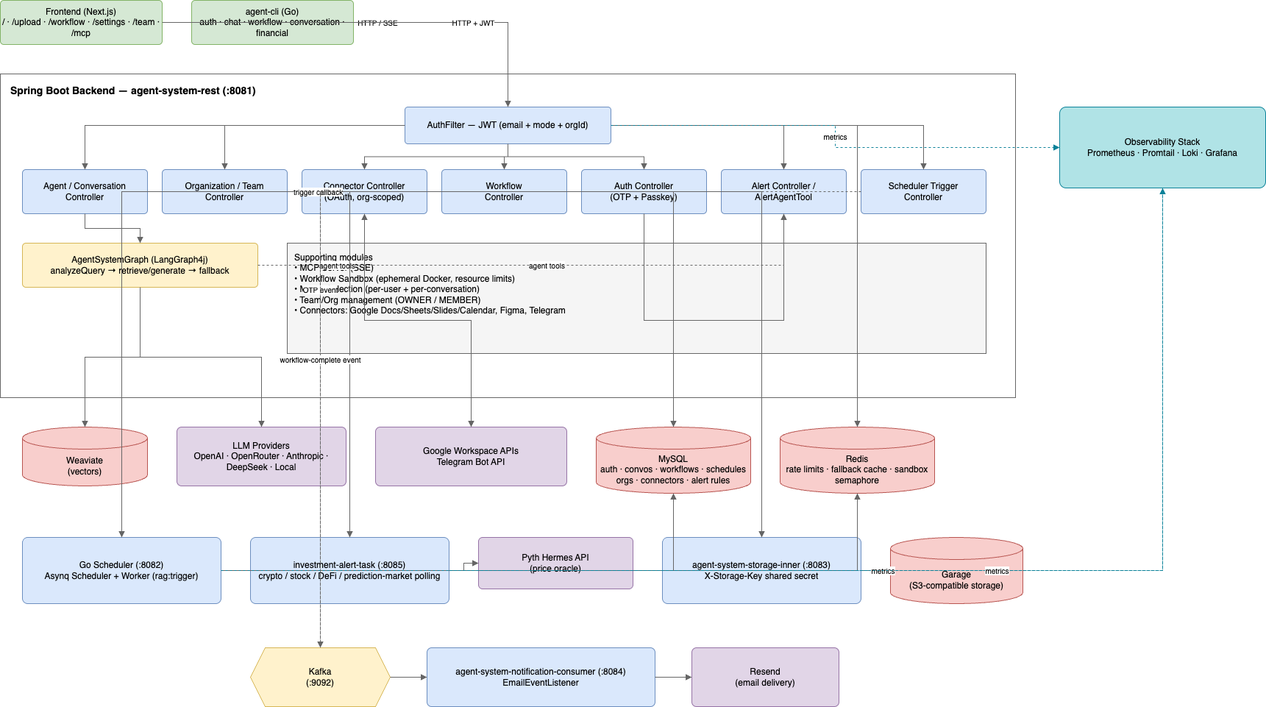
Earlier version of the draw.io export images/architecture.png (David200308/rag-agent-system). Source tidied: cells renumbered, new cells last; positions are measured from the earlier drawing's top-left corner, leaving out a move shared by most shapes.
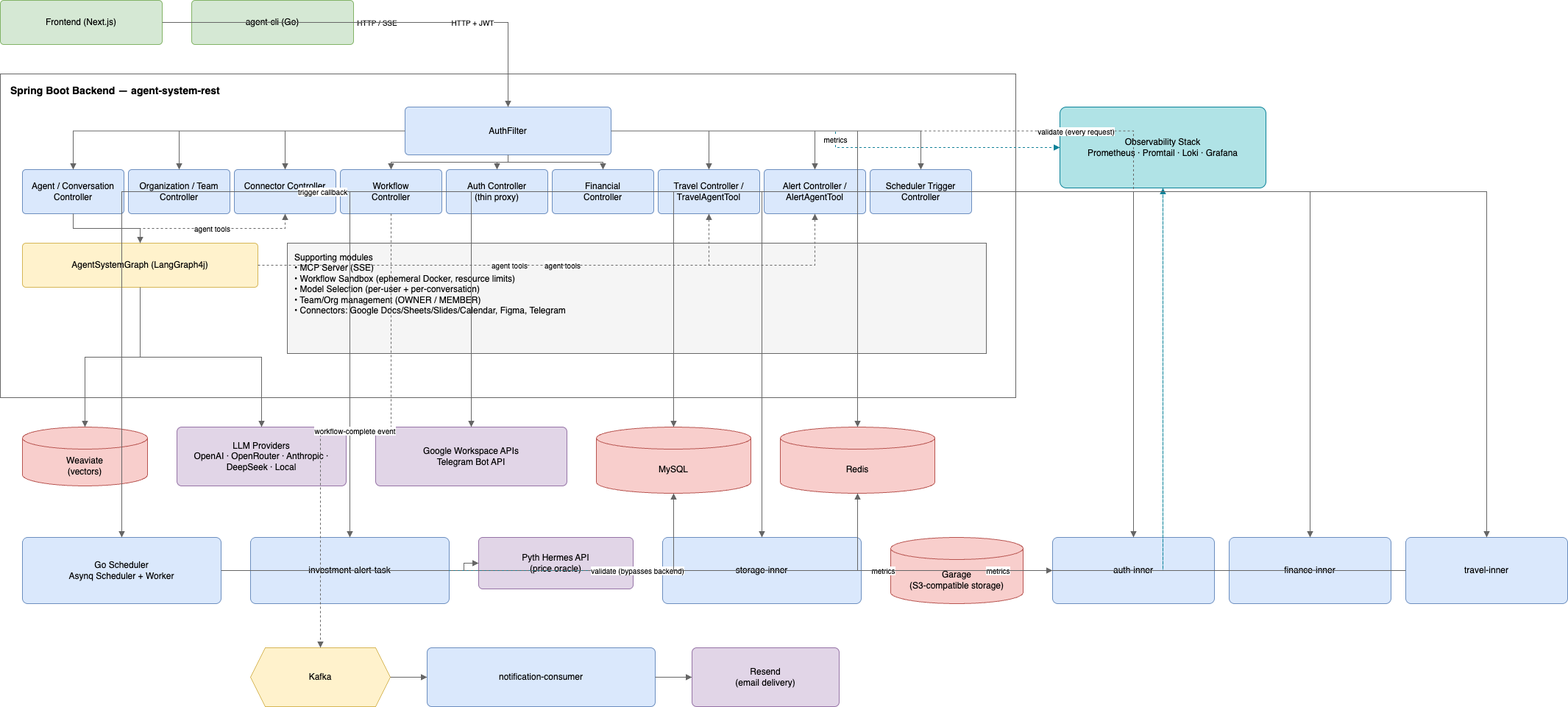
The same diagram one commit later.

Change to the diagram source:
```diff
@@ -2,40 +2,46 @@
   <root>
     <mxCell id="0" />
     <mxCell id="1" parent="0" />
-    <mxCell id="2" value="Frontend (Next.js)&lt;br&gt;/ · /upload · /workflow · /settings · /team · /mcp" style="rounded=1;whiteSpace=wrap;html=1;arcSize=8;fillColor=#d5e8d4;strokeColor=#82b366;fontSize=12;" parent="1" vertex="1">
+    <mxCell id="2" value="Frontend (Next.js)" style="rounded=1;whiteSpace=wrap;html=1;arcSize=8;fillColor=#d5e8d4;strokeColor=#82b366;fontSize=12;" parent="1" vertex="1">
       <mxGeometry width="220" height="60" as="geometry" />
     </mxCell>
-    <mxCell id="3" value="agent-cli (Go)&lt;br&gt;auth · chat · workflow · conversation · financial" style="rounded=1;whiteSpace=wrap;html=1;arcSize=8;fillColor=#d5e8d4;strokeColor=#82b366;fontSize=12;" parent="1" vertex="1">
+    <mxCell id="3" value="agent-cli (Go)" style="rounded=1;whiteSpace=wrap;html=1;arcSize=8;fillColor=#d5e8d4;strokeColor=#82b366;fontSize=12;" parent="1" vertex="1">
       <mxGeometry x="260" width="220" height="60" as="geometry" />
     </mxCell>
-    <mxCell id="4" value="Spring Boot Backend — agent-system-rest (:8081)" style="rounded=0;whiteSpace=wrap;html=1;verticalAlign=top;align=left;spacingLeft=12;spacingTop=8;fontStyle=1;fontSize=14;fillColor=none;strokeColor=#666666;" parent="1" vertex="1">
+    <mxCell id="4" value="Spring Boot Backend — agent-system-rest" style="rounded=0;whiteSpace=wrap;html=1;verticalAlign=top;align=left;spacingLeft=12;spacingTop=8;fontStyle=1;fontSize=14;fillColor=none;strokeColor=#666666;" parent="1" vertex="1">
       <mxGeometry y="100" width="1380" height="440" as="geometry" />
     </mxCell>
-    <mxCell id="5" value="AuthFilter — JWT (email + mode + orgId)" style="rounded=1;whiteSpace=wrap;html=1;arcSize=8;fillColor=#dae8fc;strokeColor=#6c8ebf;fontSize=12;" parent="1" vertex="1">
-      <mxGeometry x="550" y="145" width="280" height="50" as="geometry" />
+    <mxCell id="5" value="AuthFilter" style="rounded=1;whiteSpace=wrap;html=1;arcSize=8;fillColor=#dae8fc;strokeColor=#6c8ebf;fontSize=12;" parent="1" vertex="1">
+      <mxGeometry x="550" y="145" width="280" height="65" as="geometry" />
     </mxCell>
     <mxCell id="6" value="Agent / Conversation&lt;br&gt;Controller" style="rounded=1;whiteSpace=wrap;html=1;arcSize=8;fillColor=#dae8fc;strokeColor=#6c8ebf;fontSize=12;" parent="1" vertex="1">
-      <mxGeometry x="30" y="230" width="170" height="60" as="geometry" />
+      <mxGeometry x="30" y="230" width="138" height="60" as="geometry" />
     </mxCell>
     <mxCell id="7" value="Organization / Team&lt;br&gt;Controller" style="rounded=1;whiteSpace=wrap;html=1;arcSize=8;fillColor=#dae8fc;strokeColor=#6c8ebf;fontSize=12;" parent="1" vertex="1">
-      <mxGeometry x="220" y="230" width="170" height="60" as="geometry" />
+      <mxGeometry x="174" y="230" width="138" height="60" as="geometry" />
     </mxCell>
-    <mxCell id="8" value="Connector Controller&lt;br&gt;(OAuth, org-scoped)" style="rounded=1;whiteSpace=wrap;html=1;arcSize=8;fillColor=#dae8fc;strokeColor=#6c8ebf;fontSize=12;" parent="1" vertex="1">
-      <mxGeometry x="410" y="230" width="170" height="60" as="geometry" />
+    <mxCell id="8" value="Connector Controller&lt;div&gt;&lt;br/&gt;&lt;/div&gt;" style="rounded=1;whiteSpace=wrap;html=1;arcSize=8;fillColor=#dae8fc;strokeColor=#6c8ebf;fontSize=12;" parent="1" vertex="1">
+      <mxGeometry x="318" y="230" width="138" height="60" as="geometry" />
     </mxCell>
     <mxCell id="9" value="Workflow&lt;br&gt;Controller" style="rounded=1;whiteSpace=wrap;html=1;arcSize=8;fillColor=#dae8fc;strokeColor=#6c8ebf;fontSize=12;" parent="1" vertex="1">
-      <mxGeometry x="600" y="230" width="170" height="60" as="geometry" />
+      <mxGeometry x="462" y="230" width="138" height="60" as="geometry" />
     </mxCell>
-    <mxCell id="10" value="Auth Controller&lt;br&gt;(OTP + Passkey)" style="rounded=1;whiteSpace=wrap;html=1;arcSize=8;fillColor=#dae8fc;strokeColor=#6c8ebf;fontSize=12;" parent="1" vertex="1">
-      <mxGeometry x="790" y="230" width="170" height="60" as="geometry" />
+    <mxCell id="10" value="Auth Controller&lt;br&gt;(thin proxy)" style="rounded=1;whiteSpace=wrap;html=1;arcSize=8;fillColor=#dae8fc;strokeColor=#6c8ebf;fontSize=12;" parent="1" vertex="1">
+      <mxGeometry x="606" y="230" width="138" height="60" as="geometry" />
     </mxCell>
+    <mxCell id="66" value="Financial&lt;br&gt;Controller" style="rounded=1;whiteSpace=wrap;html=1;arcSize=8;fillColor=#dae8fc;strokeColor=#6c8ebf;fontSize=12;" parent="1" vertex="1">
+      <mxGeometry x="750" y="230" width="138" height="60" as="geometry" />
+    </mxCell>
+    <mxCell id="67" value="Travel Controller /&lt;br&gt;TravelAgentTool" style="rounded=1;whiteSpace=wrap;html=1;arcSize=8;fillColor=#dae8fc;strokeColor=#6c8ebf;fontSize=12;" parent="1" vertex="1">
+      <mxGeometry x="894" y="230" width="138" height="60" as="geometry" />
+    </mxCell>
     <mxCell id="11" value="Alert Controller /&lt;br&gt;AlertAgentTool" style="rounded=1;whiteSpace=wrap;html=1;arcSize=8;fillColor=#dae8fc;strokeColor=#6c8ebf;fontSize=12;" parent="1" vertex="1">
-      <mxGeometry x="980" y="230" width="170" height="60" as="geometry" />
+      <mxGeometry x="1038" y="230" width="138" height="60" as="geometry" />
     </mxCell>
     <mxCell id="12" value="Scheduler Trigger&lt;br&gt;Controller" style="rounded=1;whiteSpace=wrap;html=1;arcSize=8;fillColor=#dae8fc;strokeColor=#6c8ebf;fontSize=12;" parent="1" vertex="1">
-      <mxGeometry x="1170" y="230" width="170" height="60" as="geometry" />
+      <mxGeometry x="1182" y="230" width="138" height="60" as="geometry" />
     </mxCell>
-    <mxCell id="13" value="AgentSystemGraph (LangGraph4j)&lt;br&gt;analyzeQuery → retrieve/generate → fallback" style="rounded=1;whiteSpace=wrap;html=1;arcSize=8;fillColor=#fff2cc;strokeColor=#d6b656;fontSize=12;" parent="1" vertex="1">
+    <mxCell id="13" value="AgentSystemGraph (LangGraph4j)" style="rounded=1;whiteSpace=wrap;html=1;arcSize=8;fillColor=#fff2cc;strokeColor=#d6b656;fontSize=12;" parent="1" vertex="1">
       <mxGeometry x="30" y="330" width="320" height="60" as="geometry" />
     </mxCell>
     <mxCell id="14" value="Supporting modules&lt;br&gt;• MCP Server (SSE)&lt;br&gt;• Workflow Sandbox (ephemeral Docker, resource limits)&lt;br&gt;• Model Selection (per-user + per-conversation)&lt;br&gt;• Team/Org management (OWNER / MEMBER)&lt;br&gt;• Connectors: Google Docs/Sheets/Slides/Calendar, Figma, Telegram" style="rounded=0;whiteSpace=wrap;html=1;align=left;verticalAlign=top;spacingLeft=8;spacingTop=6;fillColor=#f5f5f5;strokeColor=#666666;fontSize=12;" parent="1" vertex="1">
@@ -50,31 +56,40 @@
     <mxCell id="17" value="Google Workspace APIs&lt;br&gt;Telegram Bot API" style="rounded=1;whiteSpace=wrap;html=1;arcSize=8;fillColor=#e1d5e7;strokeColor=#9673a6;fontSize=12;" parent="1" vertex="1">
       <mxGeometry x="510" y="580" width="260" height="80" as="geometry" />
     </mxCell>
-    <mxCell id="18" value="MySQL&lt;br&gt;auth · convos · workflows · schedules&lt;br&gt;orgs · connectors · alert rules" style="shape=cylinder3;whiteSpace=wrap;html=1;boundedLbl=1;backgroundOutline=1;size=15;fillColor=#f8cecc;strokeColor=#b85450;fontSize=12;" parent="1" vertex="1">
+    <mxCell id="18" value="MySQL" style="shape=cylinder3;whiteSpace=wrap;html=1;boundedLbl=1;backgroundOutline=1;size=15;fillColor=#f8cecc;strokeColor=#b85450;fontSize=12;" parent="1" vertex="1">
       <mxGeometry x="810" y="580" width="210" height="90" as="geometry" />
     </mxCell>
-    <mxCell id="19" value="Redis&lt;br&gt;rate limits · fallback cache · sandbox semaphore" style="shape=cylinder3;whiteSpace=wrap;html=1;boundedLbl=1;backgroundOutline=1;size=15;fillColor=#f8cecc;strokeColor=#b85450;fontSize=12;" parent="1" vertex="1">
+    <mxCell id="19" value="Redis" style="shape=cylinder3;whiteSpace=wrap;html=1;boundedLbl=1;backgroundOutline=1;size=15;fillColor=#f8cecc;strokeColor=#b85450;fontSize=12;" parent="1" vertex="1">
       <mxGeometry x="1060" y="580" width="210" height="90" as="geometry" />
     </mxCell>
-    <mxCell id="20" value="Go Scheduler (:8082)&lt;br&gt;Asynq Scheduler + Worker (rag:trigger)" style="rounded=1;whiteSpace=wrap;html=1;arcSize=8;fillColor=#dae8fc;strokeColor=#6c8ebf;fontSize=12;" parent="1" vertex="1">
+    <mxCell id="20" value="Go Scheduler&lt;br&gt;Asynq Scheduler + Worker" style="rounded=1;whiteSpace=wrap;html=1;arcSize=8;fillColor=#dae8fc;strokeColor=#6c8ebf;fontSize=12;" parent="1" vertex="1">
       <mxGeometry x="30" y="730" width="270" height="90" as="geometry" />
     </mxCell>
-    <mxCell id="21" value="investment-alert-task (:8085)&lt;br&gt;crypto / stock / DeFi / prediction-market polling" style="rounded=1;whiteSpace=wrap;html=1;arcSize=8;fillColor=#dae8fc;strokeColor=#6c8ebf;fontSize=12;" parent="1" vertex="1">
+    <mxCell id="21" value="investment-alert-task" style="rounded=1;whiteSpace=wrap;html=1;arcSize=8;fillColor=#dae8fc;strokeColor=#6c8ebf;fontSize=12;" parent="1" vertex="1">
       <mxGeometry x="340" y="730" width="270" height="90" as="geometry" />
     </mxCell>
     <mxCell id="22" value="Pyth Hermes API&lt;br&gt;(price oracle)" style="rounded=1;whiteSpace=wrap;html=1;arcSize=8;fillColor=#e1d5e7;strokeColor=#9673a6;fontSize=12;" parent="1" vertex="1">
       <mxGeometry x="650" y="730" width="210" height="70" as="geometry" />
     </mxCell>
-    <mxCell id="23" value="agent-system-storage-inner (:8083)&lt;br&gt;X-Storage-Key shared secret" style="rounded=1;whiteSpace=wrap;html=1;arcSize=8;fillColor=#dae8fc;strokeColor=#6c8ebf;fontSize=12;" parent="1" vertex="1">
+    <mxCell id="23" value="storage-inner" style="rounded=1;whiteSpace=wrap;html=1;arcSize=8;fillColor=#dae8fc;strokeColor=#6c8ebf;fontSize=12;" parent="1" vertex="1">
       <mxGeometry x="900" y="730" width="270" height="90" as="geometry" />
     </mxCell>
     <mxCell id="24" value="Garage&lt;br&gt;(S3-compatible storage)" style="shape=cylinder3;whiteSpace=wrap;html=1;boundedLbl=1;backgroundOutline=1;size=15;fillColor=#f8cecc;strokeColor=#b85450;fontSize=12;" parent="1" vertex="1">
       <mxGeometry x="1210" y="730" width="180" height="90" as="geometry" />
     </mxCell>
+    <mxCell id="68" value="auth-inner" style="rounded=1;whiteSpace=wrap;html=1;arcSize=8;fillColor=#dae8fc;strokeColor=#6c8ebf;fontSize=12;" parent="1" vertex="1">
+      <mxGeometry x="1430" y="730" width="220" height="90" as="geometry" />
+    </mxCell>
+    <mxCell id="69" value="finance-inner" style="rounded=1;whiteSpace=wrap;html=1;arcSize=8;fillColor=#dae8fc;strokeColor=#6c8ebf;fontSize=12;" parent="1" vertex="1">
+      <mxGeometry x="1670" y="730" width="220" height="90" as="geometry" />
+    </mxCell>
+    <mxCell id="70" value="travel-inner" style="rounded=1;whiteSpace=wrap;html=1;arcSize=8;fillColor=#dae8fc;strokeColor=#6c8ebf;fontSize=12;" parent="1" vertex="1">
+      <mxGeometry x="1910" y="730" width="220" height="90" as="geometry" />
+    </mxCell>
-    <mxCell id="25" value="Kafka&lt;br&gt;(:9092)" style="shape=hexagon;perimeter=hexagonPerimeter2;whiteSpace=wrap;html=1;fixedSize=1;fillColor=#fff2cc;strokeColor=#d6b656;fontSize=12;" parent="1" vertex="1">
+    <mxCell id="25" value="Kafka" style="shape=hexagon;perimeter=hexagonPerimeter2;whiteSpace=wrap;html=1;fixedSize=1;fillColor=#fff2cc;strokeColor=#d6b656;fontSize=12;" parent="1" vertex="1">
       <mxGeometry x="340" y="880" width="190" height="80" as="geometry" />
     </mxCell>
-    <mxCell id="26" value="agent-system-notification-consumer (:8084)&lt;br&gt;EmailEventListener" style="rounded=1;whiteSpace=wrap;html=1;arcSize=8;fillColor=#dae8fc;strokeColor=#6c8ebf;fontSize=12;" parent="1" vertex="1">
+    <mxCell id="26" value="notification-consumer" style="rounded=1;whiteSpace=wrap;html=1;arcSize=8;fillColor=#dae8fc;strokeColor=#6c8ebf;fontSize=12;" parent="1" vertex="1">
       <mxGeometry x="580" y="880" width="310" height="80" as="geometry" />
     </mxCell>
     <mxCell id="27" value="Resend&lt;br&gt;(email delivery)" style="rounded=1;whiteSpace=wrap;html=1;arcSize=8;fillColor=#e1d5e7;strokeColor=#9673a6;fontSize=12;" parent="1" vertex="1">
@@ -104,6 +119,12 @@
     <mxCell id="35" style="edgeStyle=orthogonalEdgeStyle;rounded=0;html=1;fontSize=10;endArrow=block;strokeColor=#666666;" parent="1" edge="1" source="5" target="10">
       <mxGeometry relative="1" as="geometry" />
     </mxCell>
+    <mxCell id="71" style="edgeStyle=orthogonalEdgeStyle;rounded=0;html=1;fontSize=10;endArrow=block;strokeColor=#666666;" parent="1" edge="1" source="5" target="66">
+      <mxGeometry relative="1" as="geometry" />
+    </mxCell>
+    <mxCell id="72" style="edgeStyle=orthogonalEdgeStyle;rounded=0;html=1;fontSize=10;endArrow=block;strokeColor=#666666;" parent="1" edge="1" source="5" target="67">
+      <mxGeometry relative="1" as="geometry" />
+    </mxCell>
     <mxCell id="36" style="edgeStyle=orthogonalEdgeStyle;rounded=0;html=1;fontSize=10;endArrow=block;strokeColor=#666666;" parent="1" edge="1" source="5" target="11">
       <mxGeometry relative="1" as="geometry" />
     </mxCell>
@@ -125,6 +146,9 @@
     <mxCell id="42" value="agent tools" style="edgeStyle=orthogonalEdgeStyle;rounded=0;html=1;fontSize=10;endArrow=block;dashed=1;strokeColor=#666666;" parent="1" edge="1" source="13" target="11">
       <mxGeometry relative="1" as="geometry" />
     </mxCell>
+    <mxCell id="73" value="agent tools" style="edgeStyle=orthogonalEdgeStyle;rounded=0;html=1;fontSize=10;endArrow=block;dashed=1;strokeColor=#666666;" parent="1" edge="1" source="13" target="67">
+      <mxGeometry relative="1" as="geometry" />
+    </mxCell>
     <mxCell id="43" style="edgeStyle=orthogonalEdgeStyle;rounded=0;html=1;fontSize=10;endArrow=block;strokeColor=#666666;" parent="1" edge="1" source="8" target="17">
       <mxGeometry relative="1" as="geometry" />
     </mxCell>
@@ -137,9 +161,6 @@
     <mxCell id="46" style="edgeStyle=orthogonalEdgeStyle;rounded=0;html=1;fontSize=10;endArrow=block;strokeColor=#666666;" parent="1" edge="1" source="7" target="18">
       <mxGeometry relative="1" as="geometry" />
     </mxCell>
-    <mxCell id="47" style="edgeStyle=orthogonalEdgeStyle;rounded=0;html=1;fontSize=10;endArrow=block;strokeColor=#666666;" parent="1" edge="1" source="10" target="18">
-      <mxGeometry relative="1" as="geometry" />
-    </mxCell>
     <mxCell id="48" style="edgeStyle=orthogonalEdgeStyle;rounded=0;html=1;fontSize=10;endArrow=block;strokeColor=#666666;" parent="1" edge="1" source="9" target="18">
       <mxGeometry relative="1" as="geometry" />
     </mxCell>
@@ -173,7 +194,7 @@
     <mxCell id="58" style="edgeStyle=orthogonalEdgeStyle;rounded=0;html=1;fontSize=10;endArrow=block;strokeColor=#666666;" parent="1" edge="1" source="23" target="24">
       <mxGeometry relative="1" as="geometry" />
     </mxCell>
-    <mxCell id="59" value="OTP event" style="edgeStyle=orthogonalEdgeStyle;rounded=0;html=1;fontSize=10;endArrow=block;dashed=1;strokeColor=#666666;" parent="1" edge="1" source="10" target="25">
+    <mxCell id="59" value="OTP event" style="edgeStyle=orthogonalEdgeStyle;rounded=0;html=1;fontSize=10;endArrow=block;dashed=1;strokeColor=#666666;" parent="1" edge="1" source="68" target="25">
       <mxGeometry relative="1" as="geometry" />
     </mxCell>
     <mxCell id="60" value="workflow-complete event" style="edgeStyle=orthogonalEdgeStyle;rounded=0;html=1;fontSize=10;endArrow=block;dashed=1;strokeColor=#666666;" parent="1" edge="1" source="9" target="25">
@@ -194,5 +215,32 @@
     <mxCell id="65" value="metrics" style="edgeStyle=orthogonalEdgeStyle;rounded=0;html=1;fontSize=10;endArrow=block;dashed=1;strokeColor=#0b8299;" parent="1" edge="1" source="21" target="28">
       <mxGeometry relative="1" as="geometry" />
     </mxCell>
+    <mxCell id="74" value="validate (every request)" style="edgeStyle=orthogonalEdgeStyle;rounded=0;html=1;fontSize=10;endArrow=block;dashed=1;strokeColor=#666666;" parent="1" edge="1" source="5" target="68">
+      <mxGeometry relative="1" as="geometry" />
+    </mxCell>
+    <mxCell id="75" style="edgeStyle=orthogonalEdgeStyle;rounded=0;html=1;fontSize=10;endArrow=block;strokeColor=#666666;" parent="1" edge="1" source="10" target="68">
+      <mxGeometry relative="1" as="geometry" />
+    </mxCell>
+    <mxCell id="76" value="validate (bypasses backend)" style="edgeStyle=orthogonalEdgeStyle;rounded=0;html=1;fontSize=10;endArrow=block;dashed=1;strokeColor=#666666;" parent="1" edge="1" source="20" target="68">
+      <mxGeometry relative="1" as="geometry" />
+    </mxCell>
+    <mxCell id="77" style="edgeStyle=orthogonalEdgeStyle;rounded=0;html=1;fontSize=10;endArrow=block;strokeColor=#666666;" parent="1" edge="1" source="68" target="18">
+      <mxGeometry relative="1" as="geometry" />
+    </mxCell>
+    <mxCell id="78" style="edgeStyle=orthogonalEdgeStyle;rounded=0;html=1;fontSize=10;endArrow=block;strokeColor=#666666;" parent="1" edge="1" source="68" target="19">
+      <mxGeometry relative="1" as="geometry" />
+    </mxCell>
+    <mxCell id="79" style="edgeStyle=orthogonalEdgeStyle;rounded=0;html=1;fontSize=10;endArrow=block;strokeColor=#666666;" parent="1" edge="1" source="66" target="69">
+      <mxGeometry relative="1" as="geometry" />
+    </mxCell>
+    <mxCell id="80" style="edgeStyle=orthogonalEdgeStyle;rounded=0;html=1;fontSize=10;endArrow=block;strokeColor=#666666;" parent="1" edge="1" source="69" target="18">
+      <mxGeometry relative="1" as="geometry" />
+    </mxCell>
+    <mxCell id="81" style="edgeStyle=orthogonalEdgeStyle;rounded=0;html=1;fontSize=10;endArrow=block;strokeColor=#666666;" parent="1" edge="1" source="67" target="70">
+      <mxGeometry relative="1" as="geometry" />
+    </mxCell>
+    <mxCell id="82" style="edgeStyle=orthogonalEdgeStyle;rounded=0;html=1;fontSize=10;endArrow=block;strokeColor=#666666;" parent="1" edge="1" source="70" target="18">
+      <mxGeometry relative="1" as="geometry" />
+    </mxCell>
   </root>
 </mxGraphModel>
```
